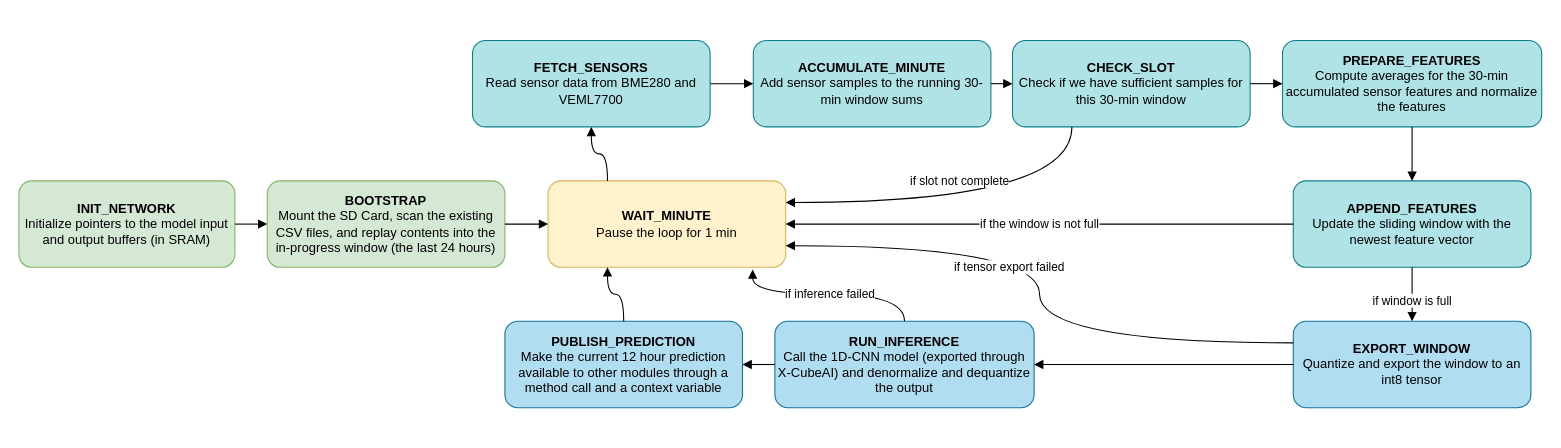
The draw.io diagram page "forecast_temp_task State Machine" (8 of 9) of tinyml_home_weather_forecasting.drawio in rishi-latchmepersad/TinyML-Home-Weather-Forecasting, before the edit. Source tidied: cells renumbered, new cells numbered last; positions are measured from the earlier drawing's top-left corner, leaving out a move shared by most shapes. Both pictures are drawn from the tidied source at 108%, with x=0, y=0 at pixel (18, 40).
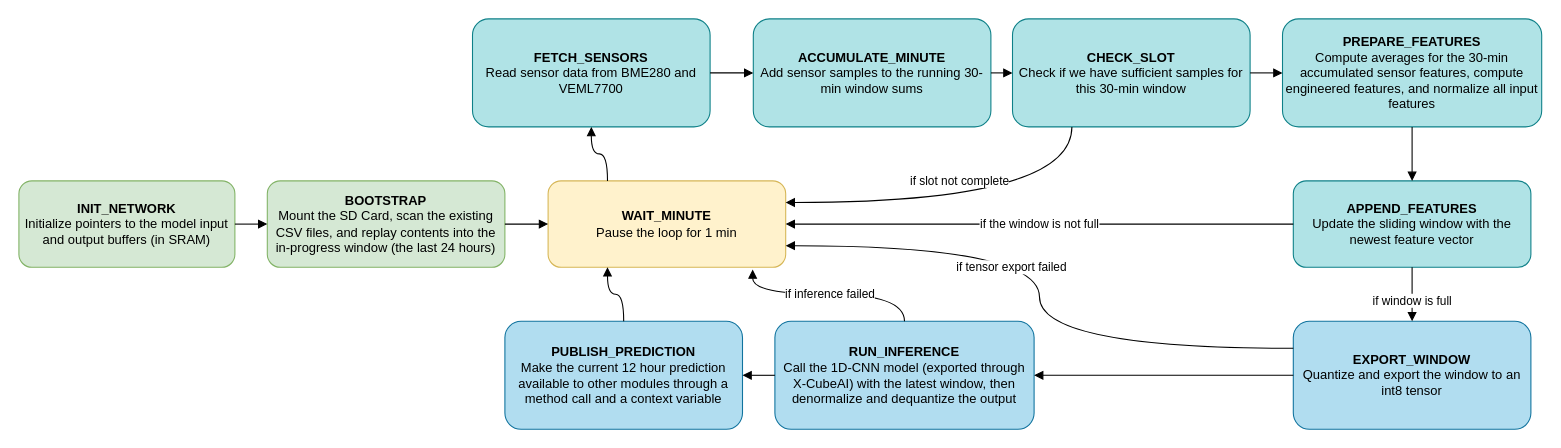
The same page after the edit.

Change to the diagram source:
```diff
@@
     <mxCell id="4" value="&lt;b&gt;FETCH_SENSORS&lt;/b&gt;&lt;div&gt;Read sensor data from BME280 and VEML7700&lt;/div&gt;" style="rounded=1;whiteSpace=wrap;html=1;fillColor=#b0e3e6;strokeColor=#0e8088;" parent="1" vertex="1">
-      <mxGeometry x="420" width="220" height="80" as="geometry" />
+      <mxGeometry x="420" y="-20" width="220" height="100" as="geometry" />
     </mxCell>
     <mxCell id="5" value="&lt;b&gt;ACCUMULATE_MINUTE&lt;/b&gt;&lt;div&gt;Add sensor samples to the running 30-min window sums&lt;/div&gt;" style="rounded=1;whiteSpace=wrap;html=1;fillColor=#b0e3e6;strokeColor=#0e8088;" parent="1" vertex="1">
-      <mxGeometry x="680" width="220" height="80" as="geometry" />
+      <mxGeometry x="680" y="-20" width="220" height="100" as="geometry" />
     </mxCell>
     <mxCell id="6" value="&lt;b&gt;CHECK_SLOT&lt;/b&gt;&lt;div&gt;Check if we have sufficient samples for this 30-min window&lt;/div&gt;" style="rounded=1;whiteSpace=wrap;html=1;fillColor=#b0e3e6;strokeColor=#0e8088;" parent="1" vertex="1">
-      <mxGeometry x="920" width="220" height="80" as="geometry" />
+      <mxGeometry x="920" y="-20" width="220" height="100" as="geometry" />
     </mxCell>
-    <mxCell id="7" value="&lt;b&gt;PREPARE_FEATURES&lt;/b&gt;&lt;div&gt;Compute averages for the 30-min accumulated sensor features and normalize the features&lt;/div&gt;" style="rounded=1;whiteSpace=wrap;html=1;fillColor=#b0e3e6;strokeColor=#0e8088;" parent="1" vertex="1">
-      <mxGeometry x="1170" width="240" height="80" as="geometry" />
+    <mxCell id="7" value="&lt;b&gt;PREPARE_FEATURES&lt;/b&gt;&lt;div&gt;Compute averages for the 30-min accumulated sensor features, compute engineered features, and normalize all input features&lt;/div&gt;" style="rounded=1;whiteSpace=wrap;html=1;fillColor=#b0e3e6;strokeColor=#0e8088;" parent="1" vertex="1">
+      <mxGeometry x="1170" y="-20" width="240" height="100" as="geometry" />
     </mxCell>
@@
-    <mxCell id="10" value="&lt;b&gt;RUN_INFERENCE&lt;/b&gt;&lt;div&gt;Call the 1D-CNN model (exported through X-CubeAI) and denormalize and dequantize the output&lt;/div&gt;" style="rounded=1;whiteSpace=wrap;html=1;fillColor=#b1ddf0;strokeColor=#10739e;" parent="1" vertex="1">
-      <mxGeometry x="700" y="260" width="240" height="80" as="geometry" />
+    <mxCell id="10" value="&lt;b&gt;RUN_INFERENCE&lt;/b&gt;&lt;div&gt;Call the 1D-CNN model (exported through X-CubeAI) with the latest window, then denormalize and dequantize the output&lt;/div&gt;" style="rounded=1;whiteSpace=wrap;html=1;fillColor=#b1ddf0;strokeColor=#10739e;" parent="1" vertex="1">
+      <mxGeometry x="700" y="260" width="240" height="100" as="geometry" />
     </mxCell>
     <mxCell id="11" value="&lt;b&gt;EXPORT_WINDOW&lt;/b&gt;&lt;div&gt;Quantize and export the window to an int8 tensor&lt;/div&gt;" style="rounded=1;whiteSpace=wrap;html=1;fillColor=#b1ddf0;strokeColor=#10739e;" parent="1" vertex="1">
-      <mxGeometry x="1180" y="260" width="220" height="80" as="geometry" />
+      <mxGeometry x="1180" y="260" width="220" height="100" as="geometry" />
     </mxCell>
     <mxCell id="12" value="&lt;b&gt;PUBLISH_PREDICTION&lt;/b&gt;&lt;div&gt;Make the current 12 hour prediction available to other modules through a method call and a context variable&lt;/div&gt;" style="rounded=1;whiteSpace=wrap;html=1;fillColor=#b1ddf0;strokeColor=#10739e;" parent="1" vertex="1">
-      <mxGeometry x="450" y="260" width="220" height="80" as="geometry" />
+      <mxGeometry x="450" y="260" width="220" height="100" as="geometry" />
     </mxCell>
```
